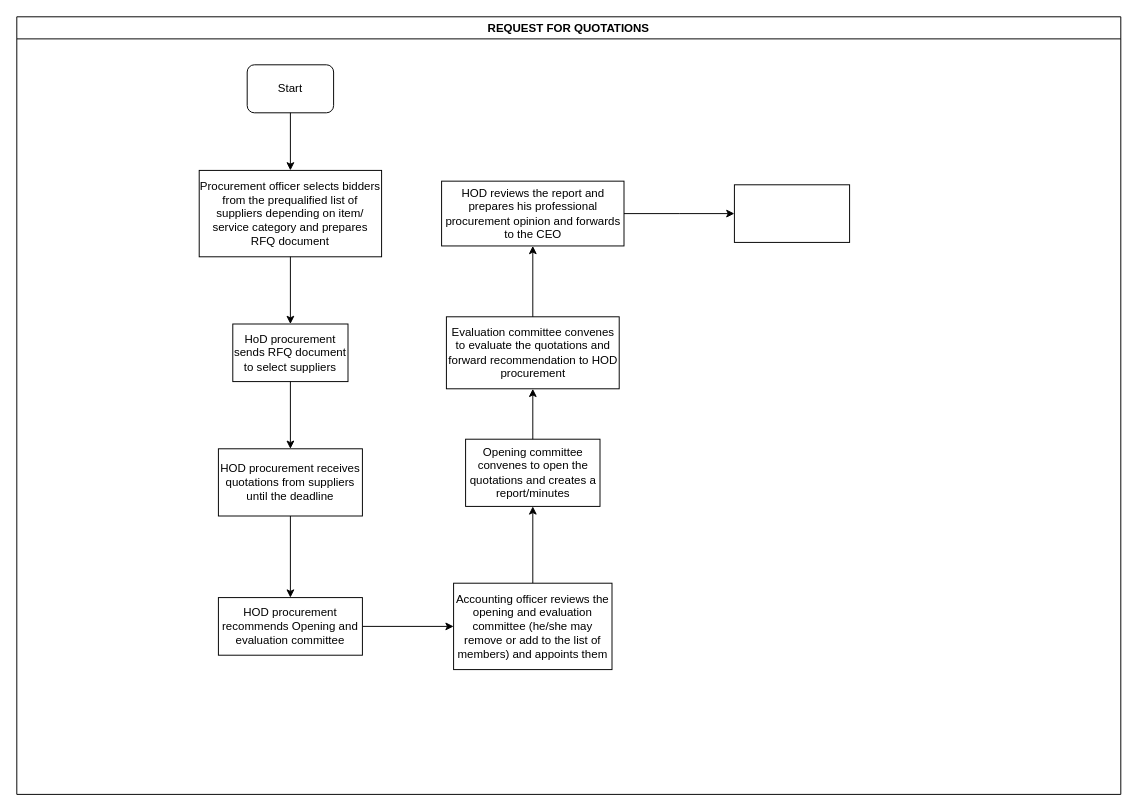
Above: LC-PROC-REQUEST FOR QUOTATIONS.drawio in kmagua/flowcharts (draw.io), before the change. Source tidied: cells renumbered, new cells numbered last; positions are measured from the earlier drawing's top-left corner, leaving out a move shared by most shapes. Both pictures are drawn from the tidied source at 96%, with x=0, y=0 at pixel (16, 16).
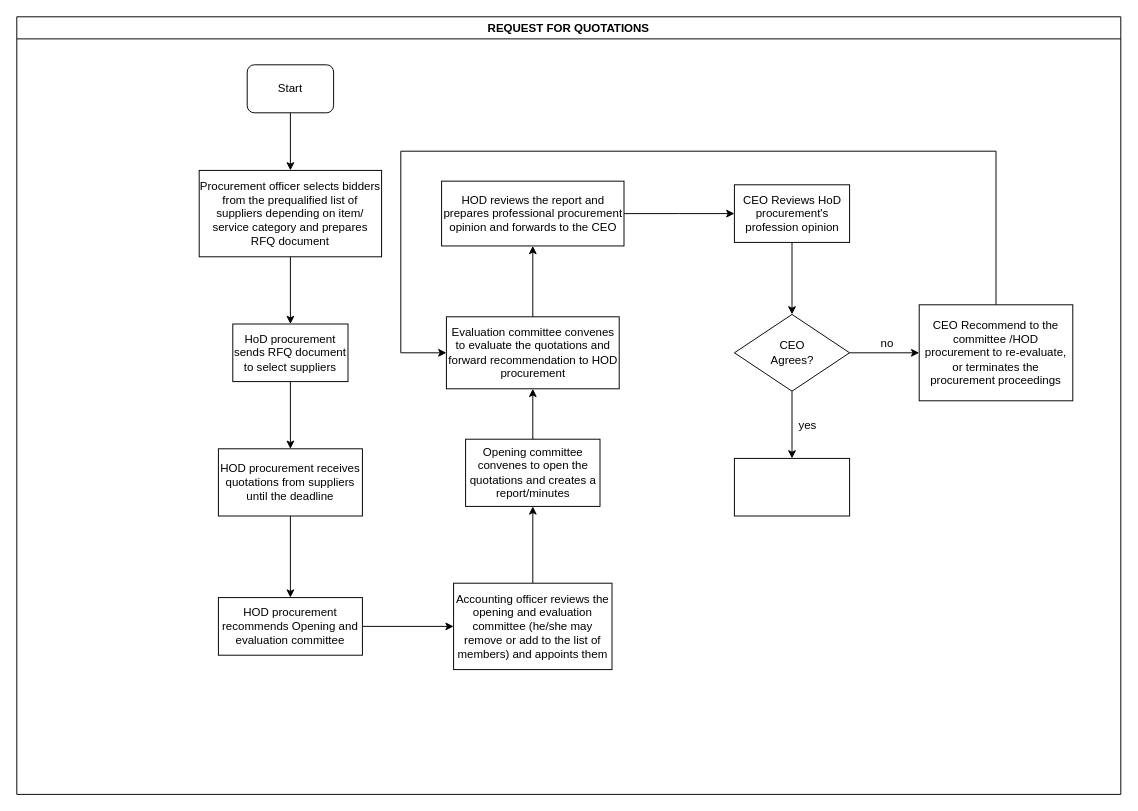
After the change.

Unchanged cells that the change refers to:
```xml
<mxCell id="2" value="REQUEST FOR QUOTATIONS" style="swimlane;" parent="1" vertex="1">
  <mxGeometry width="1150" height="810" as="geometry" />
</mxCell>
<mxCell id="9" value="Evaluation committee convenes to evaluate the quotations and forward recommendation to HOD procurement" style="whiteSpace=wrap;html=1;rounded=0;" parent="2" vertex="1">
  <mxGeometry x="447.5" y="312.5" width="180" height="75" as="geometry" />
</mxCell>
```

What changed in the source:
```diff
@@
-    <mxCell id="11" value="HOD reviews the report and prepares his professional procurement opinion and forwards to the CEO" style="whiteSpace=wrap;html=1;rounded=0;" parent="2" vertex="1">
+    <mxCell id="11" value="HOD reviews the report and prepares professional procurement opinion and forwards to the CEO" style="whiteSpace=wrap;html=1;rounded=0;" parent="2" vertex="1">
       <mxGeometry x="442.5" y="171.2" width="190" height="67.5" as="geometry" />
     </mxCell>
@@
+    <mxCell id="22" value="&lt;div&gt;CEO &lt;br&gt;&lt;/div&gt;&lt;div&gt;Agrees?&lt;/div&gt;" style="rhombus;whiteSpace=wrap;html=1;rounded=0;" parent="2" vertex="1">
+      <mxGeometry x="747.5" y="310" width="120" height="80" as="geometry" />
+    </mxCell>
+    <mxCell id="23" style="whiteSpace=wrap;html=1;rounded=0;" parent="2" vertex="1">
+      <mxGeometry x="747.5" y="460" width="120" height="60" as="geometry" />
+    </mxCell>
+    <mxCell id="24" style="edgeStyle=orthogonalEdgeStyle;rounded=0;jettySize=auto;html=1;" parent="2" edge="1" source="22" target="23">
+      <mxGeometry relative="1" as="geometry" />
+    </mxCell>
+    <mxCell id="25" value="yes" style="text;html=1;strokeColor=none;fillColor=none;align=center;verticalAlign=middle;whiteSpace=wrap;rounded=0;" parent="2" vertex="1">
+      <mxGeometry x="804" y="416" width="40" height="20" as="geometry" />
+    </mxCell>
@@
+    <mxCell id="26" style="edgeStyle=orthogonalEdgeStyle;rounded=0;jettySize=auto;html=1;" parent="1" edge="1" source="20" target="22">
+      <mxGeometry relative="1" as="geometry" />
+    </mxCell>
-    <mxCell id="20" style="whiteSpace=wrap;html=1;rounded=0;" parent="1" vertex="1">
+    <mxCell id="20" value="CEO Reviews HoD procurement's profession opinion" style="whiteSpace=wrap;html=1;rounded=0;" parent="1" vertex="1">
       <mxGeometry x="747.5" y="175" width="120" height="60" as="geometry" />
     </mxCell>
@@
+    <mxCell id="27" style="edgeStyle=orthogonalEdgeStyle;rounded=0;jettySize=auto;html=1;entryX=0;entryY=0.5;entryDx=0;entryDy=0;exitX=0.5;exitY=0;exitDx=0;exitDy=0;" parent="1" edge="1" source="28" target="9">
+      <mxGeometry relative="1" as="geometry">
+        <Array as="points">
+          <mxPoint x="1020" y="140" />
+          <mxPoint x="400" y="140" />
+          <mxPoint x="400" y="350" />
+        </Array>
+      </mxGeometry>
+    </mxCell>
+    <mxCell id="28" value="CEO Recommend to the committee /HOD procurement to re-evaluate, or terminates the procurement proceedings" style="whiteSpace=wrap;html=1;rounded=0;" parent="1" vertex="1">
+      <mxGeometry x="940" y="300" width="160" height="100" as="geometry" />
+    </mxCell>
+    <mxCell id="29" style="edgeStyle=orthogonalEdgeStyle;rounded=0;jettySize=auto;html=1;" parent="1" edge="1" source="22" target="28">
+      <mxGeometry relative="1" as="geometry" />
+    </mxCell>
+    <mxCell id="30" value="no" style="text;html=1;strokeColor=none;fillColor=none;align=center;verticalAlign=middle;whiteSpace=wrap;rounded=0;" parent="1" vertex="1">
+      <mxGeometry x="887" y="330" width="40" height="20" as="geometry" />
+    </mxCell>
```
